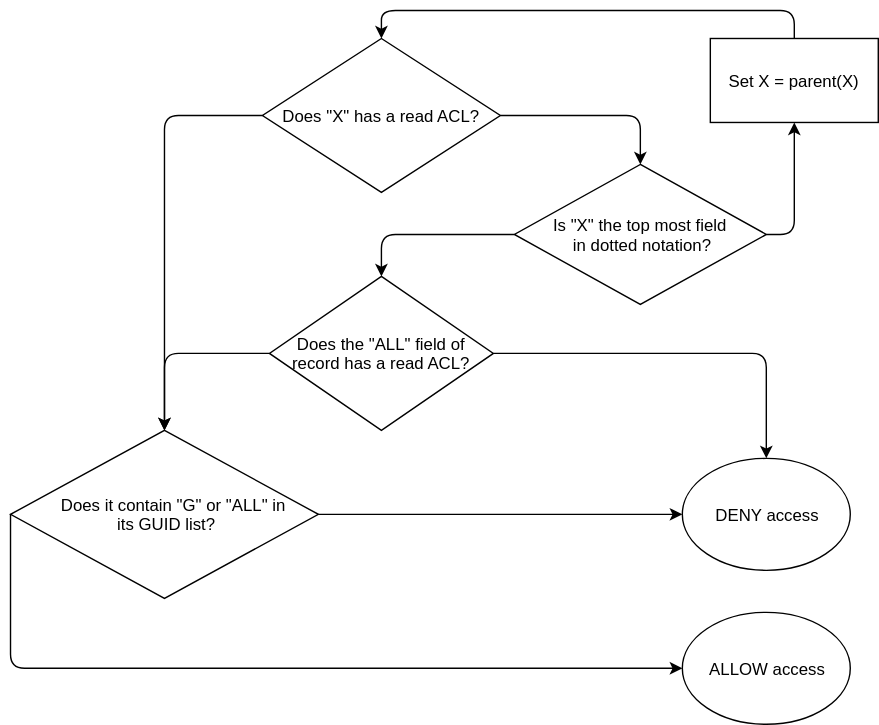
The draw.io diagram documentation/website/assets/images/acl_algorithm.svg in MobilityFirst/GNS, before a commit. Source tidied: cells renumbered, new cells last; positions are measured from the earlier drawing's top-left corner, leaving out a move shared by most shapes.
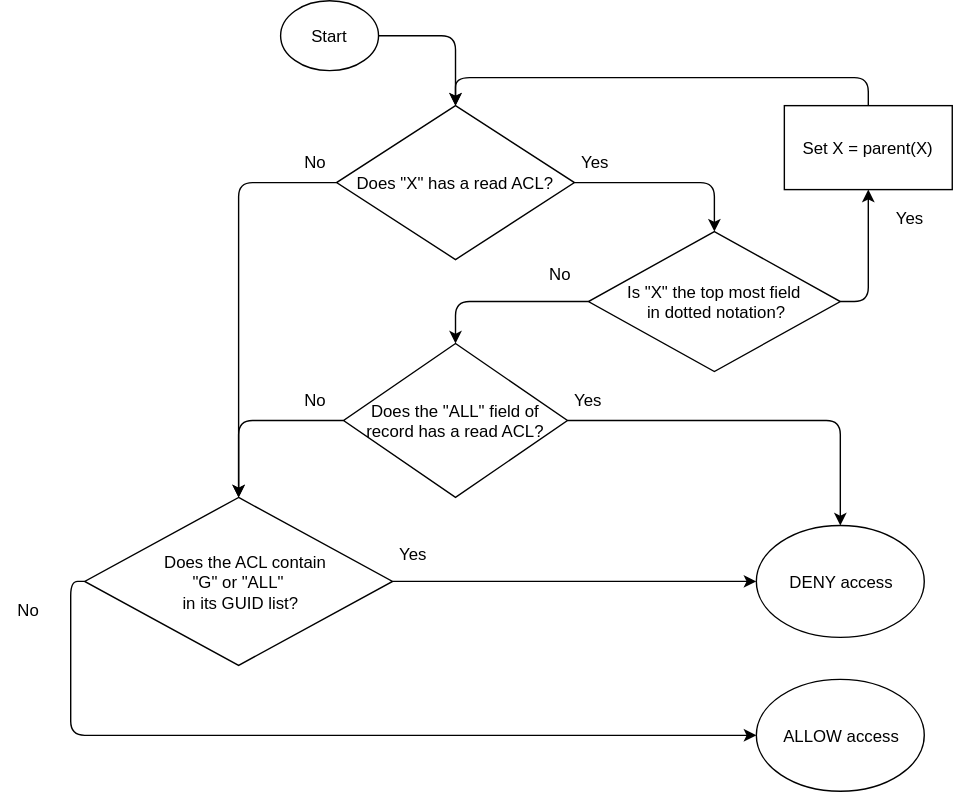
Above is the later version.

The edit, as a diff of the source:
```diff
@@ -5,7 +5,7 @@
     <mxCell id="2" value="Does &quot;X&quot; has a read ACL?" style="rhombus;whiteSpace=wrap;html=1;" parent="1" vertex="1">
       <mxGeometry x="180" y="20" width="170" height="110" as="geometry" />
     </mxCell>
-    <mxCell id="3" value="&amp;nbsp; &amp;nbsp; Does it contain &quot;G&quot; or &quot;ALL&quot; in&lt;div&gt;&amp;nbsp;its GUID list?&lt;/div&gt;" style="rhombus;whiteSpace=wrap;html=1;" parent="1" vertex="1">
+    <mxCell id="3" value="&amp;nbsp; &amp;nbsp; Does the ACL contain&amp;nbsp;&lt;div&gt;&quot;G&quot; or &quot;ALL&quot;&lt;div&gt;&amp;nbsp;in&lt;span&gt;&amp;nbsp;its GUID list?&lt;/span&gt;&lt;/div&gt;&lt;/div&gt;" style="rhombus;whiteSpace=wrap;html=1;" parent="1" vertex="1">
       <mxGeometry y="300" width="220" height="120" as="geometry" />
     </mxCell>
     <mxCell id="4" value="Is &quot;X&quot; the top most field&lt;div&gt;&amp;nbsp;in dotted notation?&lt;/div&gt;" style="rhombus;whiteSpace=wrap;html=1;align=center;horizontal=1;verticalAlign=middle;spacingLeft=0;" parent="1" vertex="1">
@@ -30,7 +30,9 @@
     <mxCell id="9" style="endArrow=classic;html=1;exitX=0;exitY=0.5;entryX=0;entryY=0.5;" parent="1" edge="1" source="3" target="6">
       <mxGeometry relative="1" as="geometry">
         <Array as="points">
-          <mxPoint y="470" />
+          <mxPoint x="-10" y="360" />
+          <mxPoint x="-10" y="420" />
+          <mxPoint x="-10" y="470" />
         </Array>
       </mxGeometry>
     </mxCell>
@@ -89,5 +91,40 @@
         </Array>
       </mxGeometry>
     </mxCell>
+    <mxCell id="18" value="Yes" style="text;html=1;strokeColor=none;fillColor=none;align=center;verticalAlign=middle;whiteSpace=wrap;" parent="1" vertex="1">
+      <mxGeometry x="215" y="330" width="40" height="20" as="geometry" />
+    </mxCell>
+    <mxCell id="19" value="No" style="text;html=1;strokeColor=none;fillColor=none;align=center;verticalAlign=middle;whiteSpace=wrap;" parent="1" vertex="1">
+      <mxGeometry x="145" y="50" width="40" height="20" as="geometry" />
+    </mxCell>
+    <mxCell id="20" value="No" style="text;html=1;strokeColor=none;fillColor=none;align=center;verticalAlign=middle;whiteSpace=wrap;" parent="1" vertex="1">
+      <mxGeometry x="320" y="130" width="40" height="20" as="geometry" />
+    </mxCell>
+    <mxCell id="21" value="No" style="text;html=1;strokeColor=none;fillColor=none;align=center;verticalAlign=middle;whiteSpace=wrap;" parent="1" vertex="1">
+      <mxGeometry x="145" y="220" width="40" height="20" as="geometry" />
+    </mxCell>
+    <mxCell id="22" value="No" style="text;html=1;strokeColor=none;fillColor=none;align=center;verticalAlign=middle;whiteSpace=wrap;" parent="1" vertex="1">
+      <mxGeometry x="-60" y="370" width="40" height="20" as="geometry" />
+    </mxCell>
+    <mxCell id="23" value="Yes" style="text;html=1;strokeColor=none;fillColor=none;align=center;verticalAlign=middle;whiteSpace=wrap;" parent="1" vertex="1">
+      <mxGeometry x="345" y="50" width="40" height="20" as="geometry" />
+    </mxCell>
+    <mxCell id="24" value="Yes" style="text;html=1;strokeColor=none;fillColor=none;align=center;verticalAlign=middle;whiteSpace=wrap;" parent="1" vertex="1">
+      <mxGeometry x="570" y="90" width="40" height="20" as="geometry" />
+    </mxCell>
+    <mxCell id="25" value="Yes" style="text;html=1;strokeColor=none;fillColor=none;align=center;verticalAlign=middle;whiteSpace=wrap;" parent="1" vertex="1">
+      <mxGeometry x="340" y="220" width="40" height="20" as="geometry" />
+    </mxCell>
+    <mxCell id="26" value="Start" style="ellipse;whiteSpace=wrap;html=1;align=center;" parent="1" vertex="1">
+      <mxGeometry x="140" y="-55" width="70" height="50" as="geometry" />
+    </mxCell>
+    <mxCell id="27" style="endArrow=classic;html=1;entryX=0.5;entryY=0;exitX=1;exitY=0.5;" parent="1" edge="1" source="26" target="2">
+      <mxGeometry relative="1" as="geometry">
+        <Array as="points">
+          <mxPoint x="265" y="-30" />
+          <mxPoint x="265" y="-10" />
+        </Array>
+      </mxGeometry>
+    </mxCell>
   </root>
 </mxGraphModel>
```
